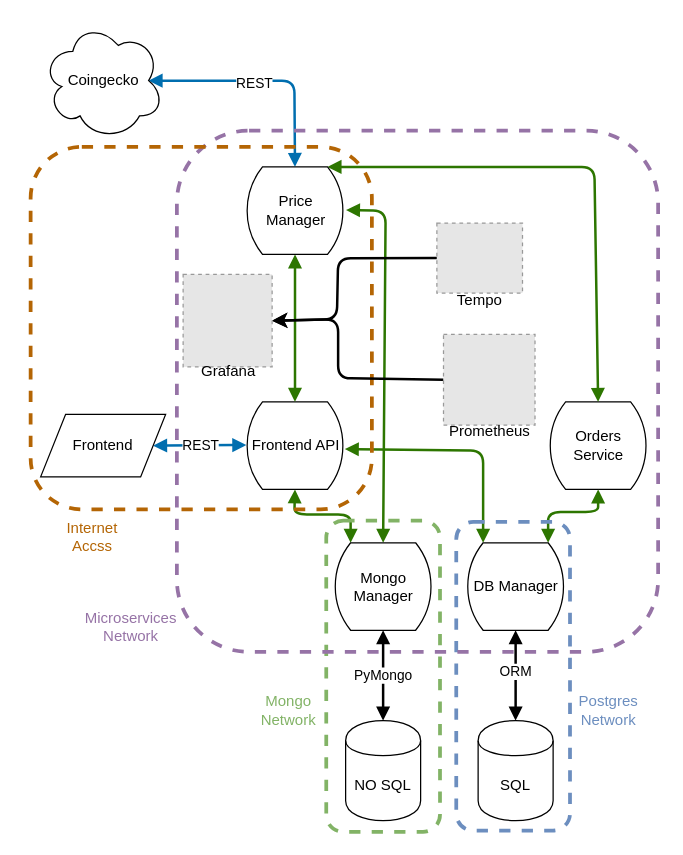
Above: architecture.drawio in THD-C/.github (draw.io), before the change. Source tidied: cells renumbered, new cells numbered last; positions are measured from the earlier drawing's top-left corner, leaving out a move shared by most shapes. Both pictures are drawn from the tidied source at 125%, with x=0, y=0 at pixel (30, 21). Pictures stored in the file or linked from it are replaced by grey dashed boxes.
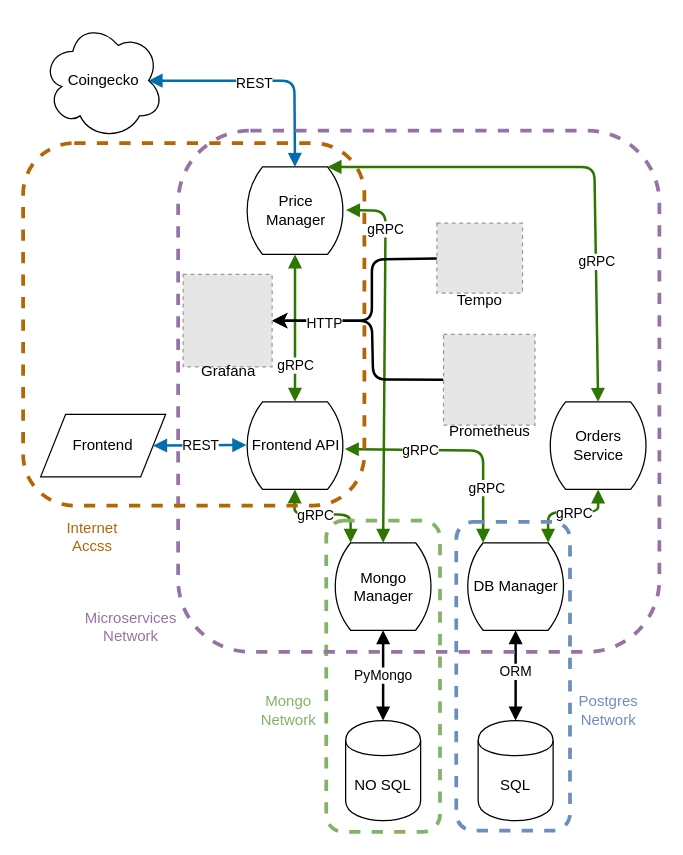
After the change.

Unchanged cells that the change refers to:
```xml
<mxCell id="13" style="edgeStyle=none;shape=connector;rounded=1;html=1;exitX=0;exitY=0;exitDx=66;exitDy=0;exitPerimeter=0;entryX=0.5;entryY=1;entryDx=0;entryDy=0;entryPerimeter=0;labelBackgroundColor=default;strokeColor=#2D7600;fontFamily=Helvetica;fontSize=11;fontColor=default;startArrow=block;startFill=1;endArrow=block;endFill=1;fillColor=#60a917;strokeWidth=2;" parent="1" edge="1" source="15" target="4">
  <mxGeometry relative="1" as="geometry">
    <Array as="points">
      <mxPoint x="414" y="392" />
      <mxPoint x="454" y="392" />
    </Array>
  </mxGeometry>
</mxCell>
<mxCell id="14" style="edgeStyle=none;shape=connector;rounded=1;html=1;exitX=0;exitY=0;exitDx=14;exitDy=0;exitPerimeter=0;entryX=0.998;entryY=0.539;entryDx=0;entryDy=0;entryPerimeter=0;labelBackgroundColor=default;strokeColor=#2D7600;fontFamily=Helvetica;fontSize=11;fontColor=default;startArrow=block;startFill=1;endArrow=block;endFill=1;fillColor=#60a917;strokeWidth=2;" parent="1" edge="1" source="15" target="3">
  <mxGeometry relative="1" as="geometry">
    <Array as="points">
      <mxPoint x="362" y="343" />
    </Array>
  </mxGeometry>
</mxCell>
<mxCell id="16" style="edgeStyle=none;shape=connector;rounded=1;html=1;exitX=0;exitY=0;exitDx=66;exitDy=0;exitPerimeter=0;entryX=0.5;entryY=0;entryDx=0;entryDy=0;entryPerimeter=0;labelBackgroundColor=default;strokeColor=#2D7600;fontFamily=Helvetica;fontSize=11;fontColor=default;startArrow=block;startFill=1;endArrow=block;endFill=1;fillColor=#60a917;strokeWidth=2;" parent="1" edge="1" source="18" target="4">
  <mxGeometry relative="1" as="geometry">
    <Array as="points">
      <mxPoint x="451" y="116" />
    </Array>
  </mxGeometry>
</mxCell>
<mxCell id="17" style="edgeStyle=none;shape=connector;rounded=1;html=1;exitX=0.5;exitY=1;exitDx=0;exitDy=0;exitPerimeter=0;entryX=0.5;entryY=0;entryDx=0;entryDy=0;entryPerimeter=0;labelBackgroundColor=default;strokeColor=#2D7600;fontFamily=Helvetica;fontSize=11;fontColor=default;startArrow=block;startFill=1;endArrow=block;endFill=1;fillColor=#60a917;strokeWidth=2;" parent="1" edge="1" source="18" target="3">
  <mxGeometry relative="1" as="geometry" />
</mxCell>
<mxCell id="21" style="edgeStyle=none;html=1;exitX=0;exitY=0;exitDx=14;exitDy=0;entryX=0.5;entryY=1;entryDx=0;entryDy=0;entryPerimeter=0;startArrow=block;startFill=1;endArrow=block;endFill=1;exitPerimeter=0;fillColor=#60a917;strokeColor=#2D7600;strokeWidth=2;" parent="1" edge="1" source="23" target="3">
  <mxGeometry relative="1" as="geometry">
    <Array as="points">
      <mxPoint x="256" y="394" />
      <mxPoint x="211" y="394" />
    </Array>
  </mxGeometry>
</mxCell>
<mxCell id="22" style="edgeStyle=none;html=1;exitX=0.5;exitY=0;exitDx=0;exitDy=0;exitPerimeter=0;startArrow=block;startFill=1;endArrow=block;endFill=1;entryX=1.01;entryY=0.493;entryDx=0;entryDy=0;entryPerimeter=0;fillColor=#60a917;strokeColor=#2D7600;strokeWidth=2;" parent="1" edge="1" source="23" target="18">
  <mxGeometry relative="1" as="geometry">
    <Array as="points">
      <mxPoint x="284" y="151" />
    </Array>
  </mxGeometry>
</mxCell>
<mxCell id="35" style="fillColor=#E6E6E6;strokeColor=#999999;dashed=1;verticalLabelPosition=bottom;labelBackgroundColor=default;verticalAlign=top;" parent="34" vertex="1">
  <mxGeometry width="71.2" height="74" as="geometry" />
</mxCell>
<mxCell id="38" style="fillColor=#E6E6E6;strokeColor=#999999;dashed=1;verticalLabelPosition=bottom;labelBackgroundColor=default;verticalAlign=top;" parent="37" vertex="1">
  <mxGeometry width="68.5" height="55.9" as="geometry" />
</mxCell>
<mxCell id="41" style="fillColor=#E6E6E6;strokeColor=#999999;dashed=1;verticalLabelPosition=bottom;labelBackgroundColor=default;verticalAlign=top;" parent="40" vertex="1">
  <mxGeometry x="4.9" width="73.2" height="72.6" as="geometry" />
</mxCell>
```

The edit, as a diff of the source:
```diff
@@
+    <mxCell id="43" value="gRPC" style="edgeLabel;html=1;align=center;verticalAlign=middle;" parent="13" vertex="1">
+      <mxGeometry x="0.08" relative="1" as="geometry" />
+    </mxCell>
@@
+    <mxCell id="44" value="gRPC" style="edgeLabel;html=1;align=center;verticalAlign=middle;" parent="14" vertex="1">
+      <mxGeometry x="-0.52" y="-2" relative="1" as="geometry" />
+    </mxCell>
+    <mxCell id="45" value="gRPC" style="edgeLabel;html=1;align=center;verticalAlign=middle;" parent="14" vertex="1">
+      <mxGeometry x="0.34" relative="1" as="geometry" />
+    </mxCell>
@@
+    <mxCell id="46" value="gRPC" style="edgeLabel;html=1;align=center;verticalAlign=middle;" parent="16" vertex="1">
+      <mxGeometry x="0.44" relative="1" as="geometry" />
+    </mxCell>
@@
+    <mxCell id="47" value="gRPC" style="edgeLabel;html=1;align=center;verticalAlign=middle;" parent="17" vertex="1">
+      <mxGeometry x="0.49" relative="1" as="geometry" />
+    </mxCell>
@@
+    <mxCell id="48" value="gRPC" style="edgeLabel;html=1;align=center;verticalAlign=middle;" parent="21" vertex="1">
+      <mxGeometry x="0.16" relative="1" as="geometry" />
+    </mxCell>
@@
+    <mxCell id="49" value="gRPC" style="edgeLabel;html=1;align=center;verticalAlign=middle;" parent="22" vertex="1">
+      <mxGeometry x="0.69" relative="1" as="geometry" />
+    </mxCell>
@@
     <mxCell id="28" style="whiteSpace=wrap;html=1;fillColor=none;dashed=1;rounded=1;imageAspect=1;strokeColor=#9673A6;strokeWidth=3;" parent="1" vertex="1">
-      <mxGeometry x="117" y="87" width="385" height="417" as="geometry" />
+      <mxGeometry x="118" y="87" width="385" height="417" as="geometry" />
     </mxCell>
@@
     <mxCell id="30" style="whiteSpace=wrap;html=1;fillColor=none;dashed=1;rounded=1;imageAspect=1;strokeColor=#B46504;strokeWidth=3;" parent="1" vertex="1">
-      <mxGeometry y="100" width="273" height="290" as="geometry" />
+      <mxGeometry x="-6" y="97" width="273" height="290" as="geometry" />
     </mxCell>
@@
     <mxCell id="32" style="edgeStyle=none;html=1;exitX=0;exitY=0.5;exitDx=0;exitDy=0;entryX=1;entryY=0.5;entryDx=0;entryDy=0;strokeWidth=2;" parent="1" edge="1" source="41" target="35">
       <mxGeometry relative="1" as="geometry">
         <Array as="points">
-          <mxPoint x="246" y="285" />
-          <mxPoint x="246" y="238" />
+          <mxPoint x="274" y="286" />
+          <mxPoint x="273" y="239" />
         </Array>
       </mxGeometry>
     </mxCell>
     <mxCell id="33" style="edgeStyle=none;html=1;entryX=1;entryY=0.5;entryDx=0;entryDy=0;strokeWidth=2;" parent="1" edge="1" source="38" target="35">
       <mxGeometry relative="1" as="geometry">
         <Array as="points">
-          <mxPoint x="246" y="189" />
-          <mxPoint x="245" y="238" />
+          <mxPoint x="273" y="190" />
+          <mxPoint x="273" y="239" />
         </Array>
       </mxGeometry>
     </mxCell>
+    <mxCell id="50" value="HTTP" style="edgeLabel;html=1;align=center;verticalAlign=middle;" parent="33" vertex="1">
+      <mxGeometry x="0.55" y="1" relative="1" as="geometry" />
+    </mxCell>
```
